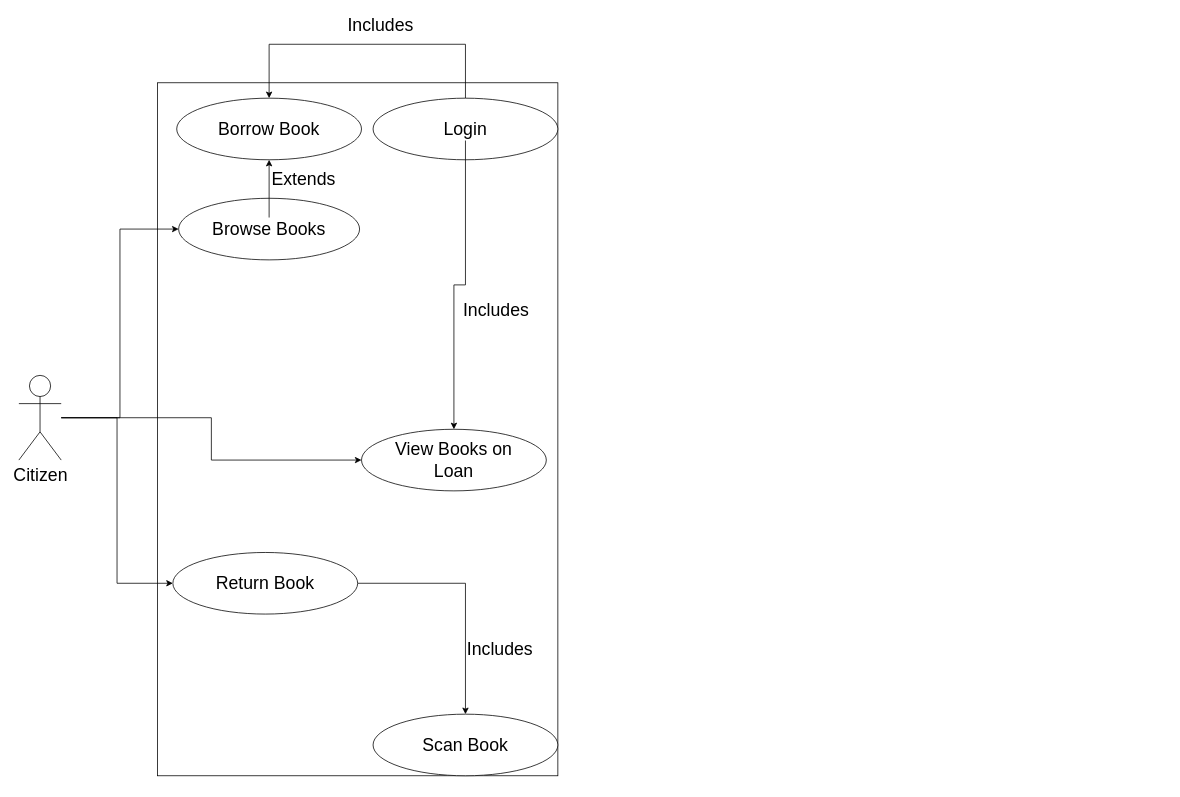
Above: UseCase.drawio in Sam-Neale/libraryManager (draw.io), before the change. Source tidied: cells renumbered, new cells numbered last; positions are measured from the earlier drawing's top-left corner, leaving out a move shared by most shapes. Both pictures are drawn from the tidied source at 77%, with x=0, y=0 at pixel (18, 13).
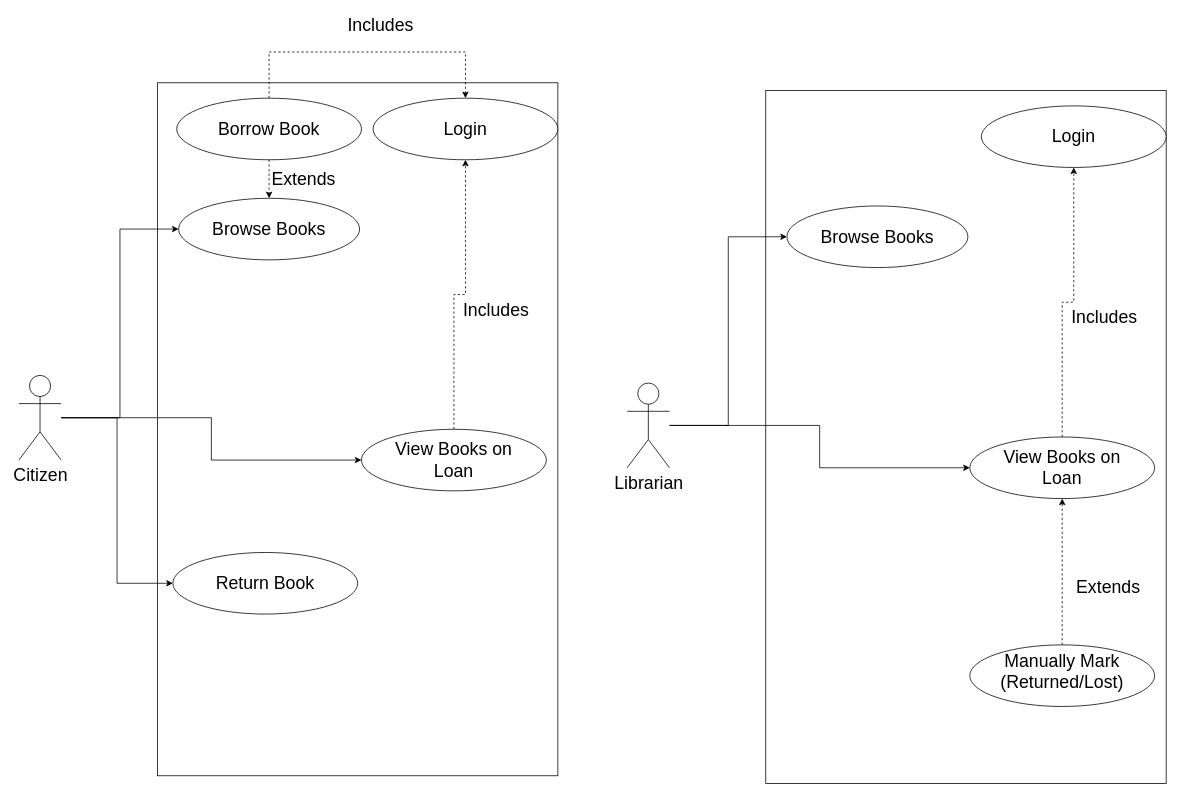
Above is the later version.

The change refers to these unchanged cells:
```xml
<mxCell id="8" style="ellipse;whiteSpace=wrap;html=1;fontSize=23;" parent="1" vertex="1">
  <mxGeometry x="207.5" y="240" width="235" height="80" as="geometry" />
</mxCell>
<mxCell id="10" value="Browse Books" style="text;html=1;strokeColor=none;fillColor=none;align=center;verticalAlign=middle;whiteSpace=wrap;rounded=0;fontSize=23;" parent="1" vertex="1">
  <mxGeometry x="235" y="265" width="180" height="30" as="geometry" />
</mxCell>
<mxCell id="12" style="ellipse;whiteSpace=wrap;html=1;fontSize=23;" parent="1" vertex="1">
  <mxGeometry x="200" y="700" width="240" height="80" as="geometry" />
</mxCell>
<mxCell id="17" style="ellipse;whiteSpace=wrap;html=1;fontSize=23;" parent="1" vertex="1">
  <mxGeometry x="460" y="110" width="240" height="80" as="geometry" />
</mxCell>
<mxCell id="19" value="Login" style="text;html=1;strokeColor=none;fillColor=none;align=center;verticalAlign=middle;whiteSpace=wrap;rounded=0;fontSize=23;" parent="1" vertex="1">
  <mxGeometry x="490" y="135" width="180" height="30" as="geometry" />
</mxCell>
<mxCell id="20" style="ellipse;whiteSpace=wrap;html=1;fontSize=23;" parent="1" vertex="1">
  <mxGeometry x="205" y="110" width="240" height="80" as="geometry" />
</mxCell>
<mxCell id="23" style="ellipse;whiteSpace=wrap;html=1;fontSize=23;" parent="1" vertex="1">
  <mxGeometry x="445" y="540" width="240" height="80" as="geometry" />
</mxCell>
```

What changed in the source:
```diff
@@
-    <mxCell id="3" style="ellipse;whiteSpace=wrap;html=1;fontSize=23;" parent="1" vertex="1">
-      <mxGeometry x="460" y="910" width="240" height="80" as="geometry" />
-    </mxCell>
@@
-    <mxCell id="9" style="edgeStyle=orthogonalEdgeStyle;rounded=0;jettySize=auto;html=1;entryX=0.5;entryY=1;entryDx=0;entryDy=0;fontSize=23;" parent="1" edge="1" source="10" target="20">
-      <mxGeometry relative="1" as="geometry" />
-    </mxCell>
@@
-    <mxCell id="11" style="edgeStyle=orthogonalEdgeStyle;rounded=0;jettySize=auto;html=1;entryX=0.5;entryY=0;entryDx=0;entryDy=0;fontSize=23;" parent="1" edge="1" source="12" target="3">
-      <mxGeometry relative="1" as="geometry" />
-    </mxCell>
@@
-    <mxCell id="13" value="Scan Book" style="text;html=1;strokeColor=none;fillColor=none;align=center;verticalAlign=middle;whiteSpace=wrap;rounded=0;fontSize=23;" parent="1" vertex="1">
-      <mxGeometry x="490" y="935" width="180" height="30" as="geometry" />
-    </mxCell>
@@
-    <mxCell id="15" value="Includes" style="text;html=1;strokeColor=none;fillColor=none;align=center;verticalAlign=middle;whiteSpace=wrap;rounded=0;fontSize=23;" parent="1" vertex="1">
-      <mxGeometry x="595" y="810" width="60" height="30" as="geometry" />
-    </mxCell>
-    <mxCell id="16" style="edgeStyle=orthogonalEdgeStyle;rounded=0;jettySize=auto;html=1;entryX=0.5;entryY=0;entryDx=0;entryDy=0;fontSize=23;" parent="1" edge="1" source="17" target="20">
-      <mxGeometry relative="1" as="geometry">
-        <Array as="points">
-          <mxPoint x="580" y="40" />
-          <mxPoint x="325" y="40" />
-        </Array>
-      </mxGeometry>
-    </mxCell>
@@
-    <mxCell id="18" style="edgeStyle=orthogonalEdgeStyle;rounded=0;jettySize=auto;html=1;fontSize=23;" parent="1" edge="1" source="19" target="23">
-      <mxGeometry relative="1" as="geometry" />
-    </mxCell>
@@
+    <mxCell id="27" style="edgeStyle=orthogonalEdgeStyle;rounded=0;jettySize=auto;html=1;exitX=0.5;exitY=0;exitDx=0;exitDy=0;entryX=0.5;entryY=0;entryDx=0;entryDy=0;dashed=1;" parent="1" edge="1" source="20" target="17">
+      <mxGeometry relative="1" as="geometry">
+        <Array as="points">
+          <mxPoint x="325" y="50" />
+          <mxPoint x="580" y="50" />
+        </Array>
+      </mxGeometry>
+    </mxCell>
+    <mxCell id="28" style="edgeStyle=orthogonalEdgeStyle;rounded=0;jettySize=auto;html=1;exitX=0.5;exitY=1;exitDx=0;exitDy=0;entryX=0.5;entryY=0;entryDx=0;entryDy=0;dashed=1;" parent="1" edge="1" source="20" target="8">
+      <mxGeometry relative="1" as="geometry" />
+    </mxCell>
@@
+    <mxCell id="29" style="edgeStyle=orthogonalEdgeStyle;rounded=0;jettySize=auto;html=1;entryX=0.5;entryY=1;entryDx=0;entryDy=0;dashed=1;" parent="1" edge="1" source="23" target="17">
+      <mxGeometry relative="1" as="geometry" />
+    </mxCell>
@@
+    <mxCell id="30" style="whiteSpace=wrap;html=1;fontSize=23;" parent="1" vertex="1">
+      <mxGeometry x="970" y="100" width="520" height="900" as="geometry" />
+    </mxCell>
+    <mxCell id="31" style="edgeStyle=orthogonalEdgeStyle;rounded=0;jettySize=auto;html=1;entryX=0.5;entryY=1;entryDx=0;entryDy=0;dashed=1;" parent="1" edge="1" source="32" target="43">
+      <mxGeometry relative="1" as="geometry" />
+    </mxCell>
+    <mxCell id="32" style="ellipse;whiteSpace=wrap;html=1;fontSize=23;" parent="1" vertex="1">
+      <mxGeometry x="1235" y="820" width="240" height="80" as="geometry" />
+    </mxCell>
+    <mxCell id="33" style="edgeStyle=orthogonalEdgeStyle;rounded=0;jettySize=auto;html=1;entryX=0;entryY=0.5;entryDx=0;entryDy=0;fontSize=23;" parent="1" edge="1" source="35" target="36">
+      <mxGeometry relative="1" as="geometry" />
+    </mxCell>
+    <mxCell id="34" style="edgeStyle=orthogonalEdgeStyle;rounded=0;jettySize=auto;html=1;entryX=0;entryY=0.5;entryDx=0;entryDy=0;fontSize=23;" parent="1" edge="1" source="35" target="43">
+      <mxGeometry relative="1" as="geometry" />
+    </mxCell>
+    <mxCell id="35" value="Librarian" style="shape=umlActor;verticalLabelPosition=bottom;verticalAlign=top;html=1;outlineConnect=0;fontSize=23;" parent="1" vertex="1">
+      <mxGeometry x="790" y="480" width="55" height="110" as="geometry" />
+    </mxCell>
+    <mxCell id="36" style="ellipse;whiteSpace=wrap;html=1;fontSize=23;" parent="1" vertex="1">
+      <mxGeometry x="997.5" y="250" width="235" height="80" as="geometry" />
+    </mxCell>
+    <mxCell id="37" value="Browse Books" style="text;html=1;strokeColor=none;fillColor=none;align=center;verticalAlign=middle;whiteSpace=wrap;rounded=0;fontSize=23;" parent="1" vertex="1">
+      <mxGeometry x="1025" y="275" width="180" height="30" as="geometry" />
+    </mxCell>
+    <mxCell id="38" value="Manually Mark (Returned/Lost)" style="text;html=1;strokeColor=none;fillColor=none;align=center;verticalAlign=middle;whiteSpace=wrap;rounded=0;fontSize=23;" parent="1" vertex="1">
+      <mxGeometry x="1265" y="840" width="180" height="30" as="geometry" />
+    </mxCell>
+    <mxCell id="39" value="Extends" style="text;html=1;strokeColor=none;fillColor=none;align=center;verticalAlign=middle;whiteSpace=wrap;rounded=0;fontSize=23;" parent="1" vertex="1">
+      <mxGeometry x="1385" y="730" width="60" height="30" as="geometry" />
+    </mxCell>
+    <mxCell id="40" style="ellipse;whiteSpace=wrap;html=1;fontSize=23;" parent="1" vertex="1">
+      <mxGeometry x="1250" y="120" width="240" height="80" as="geometry" />
+    </mxCell>
+    <mxCell id="41" value="Login" style="text;html=1;strokeColor=none;fillColor=none;align=center;verticalAlign=middle;whiteSpace=wrap;rounded=0;fontSize=23;" parent="1" vertex="1">
+      <mxGeometry x="1280" y="145" width="180" height="30" as="geometry" />
+    </mxCell>
+    <mxCell id="42" style="edgeStyle=orthogonalEdgeStyle;rounded=0;jettySize=auto;html=1;entryX=0.5;entryY=1;entryDx=0;entryDy=0;dashed=1;" parent="1" edge="1" source="43" target="40">
+      <mxGeometry relative="1" as="geometry" />
+    </mxCell>
+    <mxCell id="43" style="ellipse;whiteSpace=wrap;html=1;fontSize=23;" parent="1" vertex="1">
+      <mxGeometry x="1235" y="550" width="240" height="80" as="geometry" />
+    </mxCell>
+    <mxCell id="44" value="View Books on Loan" style="text;html=1;strokeColor=none;fillColor=none;align=center;verticalAlign=middle;whiteSpace=wrap;rounded=0;fontSize=23;" parent="1" vertex="1">
+      <mxGeometry x="1265" y="575" width="180" height="30" as="geometry" />
+    </mxCell>
+    <mxCell id="15" value="Includes" style="text;html=1;strokeColor=none;fillColor=none;align=center;verticalAlign=middle;whiteSpace=wrap;rounded=0;fontSize=23;" parent="1" vertex="1">
+      <mxGeometry x="1380" y="380" width="60" height="30" as="geometry" />
+    </mxCell>
```
